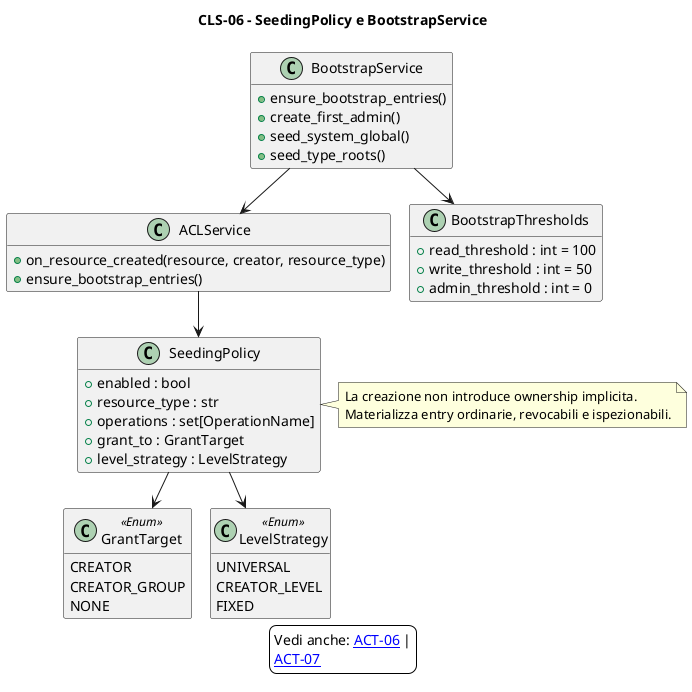
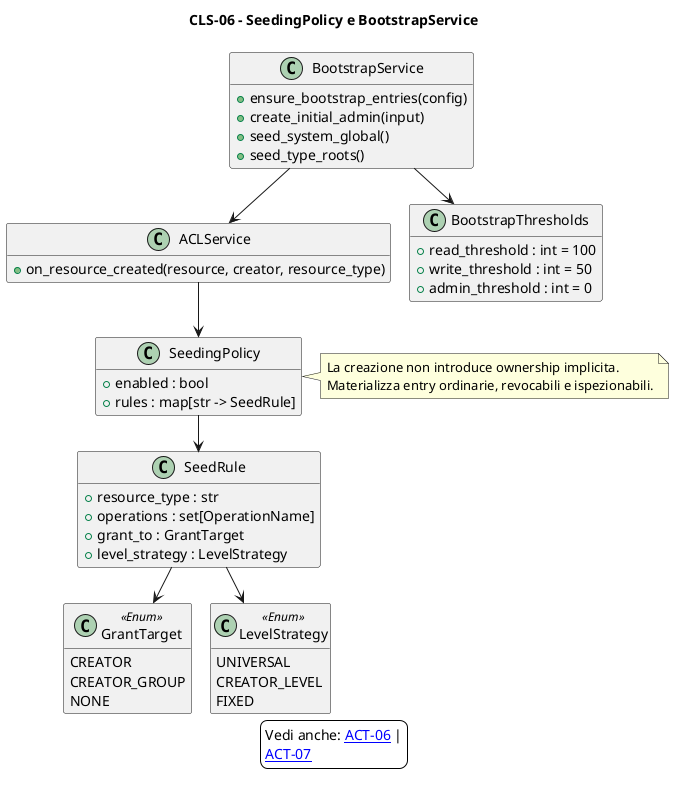
@startuml 06_bootstrap_seeding
' Title: Sistema ACL - 06_bootstrap_seeding
' Author/Licensor: Francesco
' Source: this repository
' License: Creative Commons Attribution-ShareAlike 4.0 International
' License URL: https://creativecommons.org/licenses/by-sa/4.0/
' SPDX-License-Identifier: CC-BY-SA-4.0
!pragma layout smetana
skinparam backgroundColor white
skinparam nodesep 80
skinparam ranksep 80
title CLS-06 - SeedingPolicy e BootstrapService
skinparam shadowing false
hide empty members

class SeedingPolicy {
  +enabled : bool
+   +rules : map[str -> SeedRule]
+ }
+ 
+ class SeedRule {
  +resource_type : str
  +operations : set[OperationName]
  +grant_to : GrantTarget
  +level_strategy : LevelStrategy
}

class GrantTarget <<Enum>> {
  CREATOR
  CREATOR_GROUP
  NONE
}

class LevelStrategy <<Enum>> {
  UNIVERSAL
  CREATOR_LEVEL
  FIXED
}

class BootstrapService {
-   +ensure_bootstrap_entries()
-   +create_first_admin()
+   +ensure_bootstrap_entries(config)
+   +create_initial_admin(input)
  +seed_system_global()
  +seed_type_roots()
}

class ACLService {
  +on_resource_created(resource, creator, resource_type)
-   +ensure_bootstrap_entries()
}

class BootstrapThresholds {
  +read_threshold : int = 100
  +write_threshold : int = 50
  +admin_threshold : int = 0
}

- SeedingPolicy --> GrantTarget
- SeedingPolicy --> LevelStrategy
+ SeedingPolicy --> SeedRule
+ SeedRule --> GrantTarget
+ SeedRule --> LevelStrategy
ACLService --> SeedingPolicy
BootstrapService --> ACLService
BootstrapService --> BootstrapThresholds

note right of SeedingPolicy
  La creazione non introduce ownership implicita.
  Materializza entry ordinarie, revocabili e ispezionabili.
end note

legend
  Vedi anche: [[../attivit%C3%A0/06_creazione_risorsa_seeding.puml ACT-06]] |
  [[../attivit%C3%A0/07_bootstrap_setup.puml ACT-07]]
endlegend
@enduml
